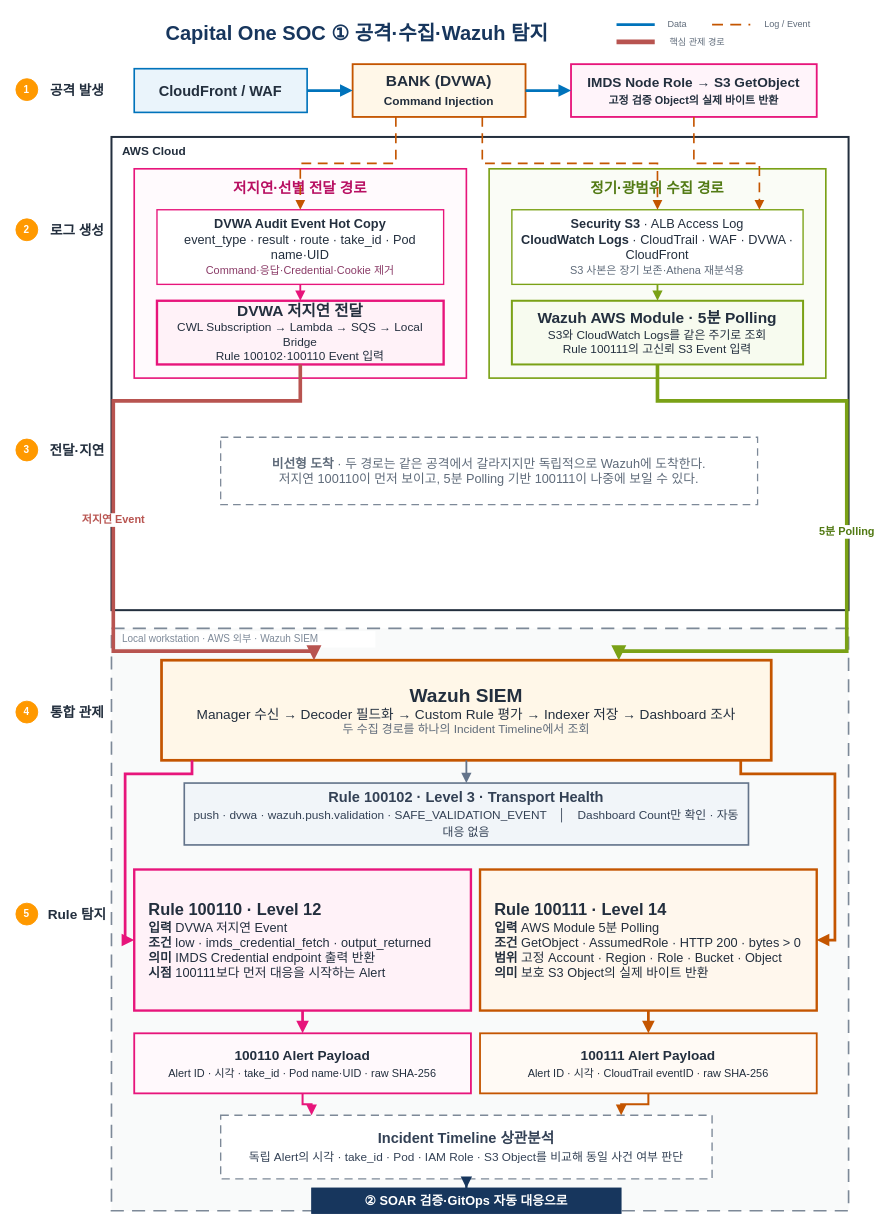
Above: page "1_탐지 경로" (1 of 4) of 20_팀 프로젝트/3차 프로젝트/노션_내보낸거/관제 올인원.drawio in Unoh03/Obsi3 (draw.io), before the change. Source tidied: cells renumbered, new cells numbered last; positions are measured from the earlier drawing's top-left corner, leaving out a move shared by most shapes. Both pictures are drawn from the tidied source at 91%, with x=0, y=0 at pixel (15, 15).
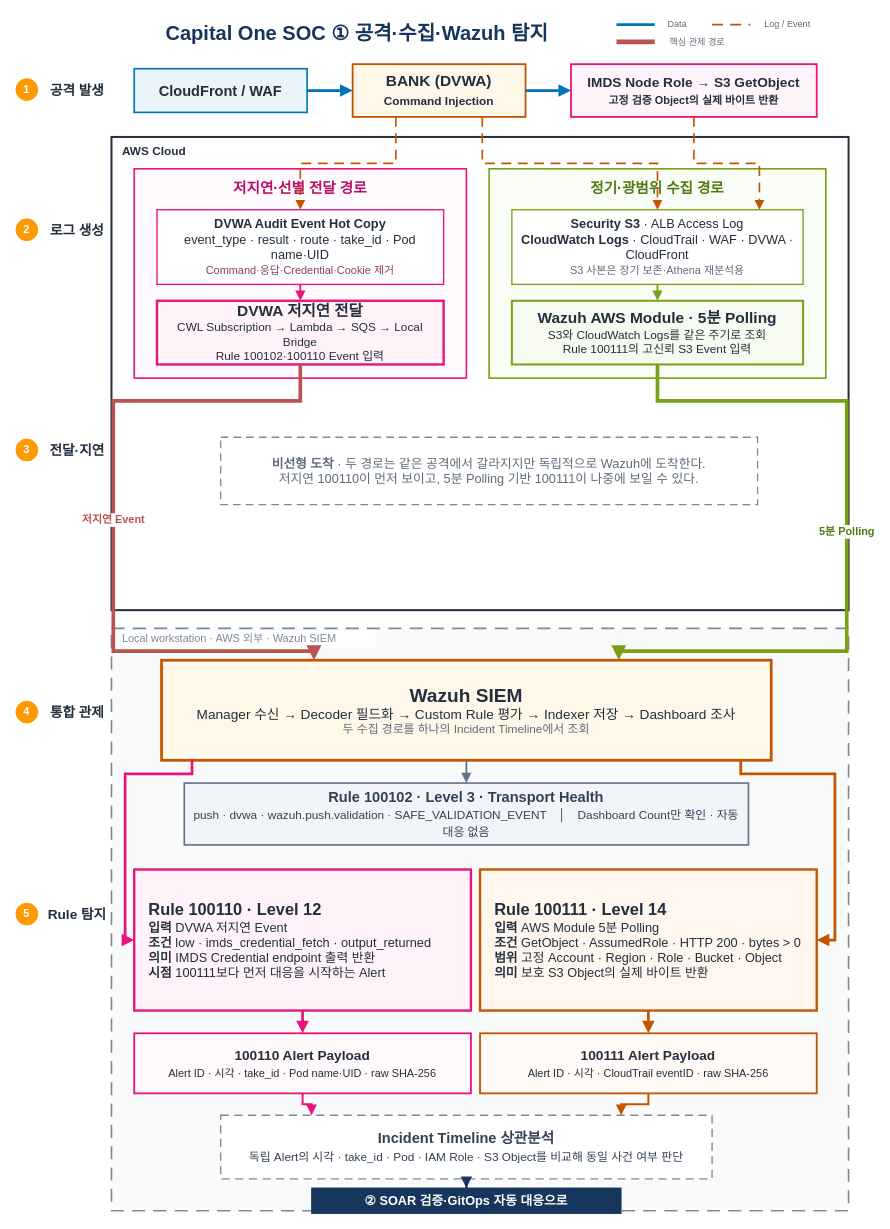
After the change.

The edit, as a diff of the source:
```diff
@@
-    <mxCell id="9" value="1" style="ellipse;whiteSpace=wrap;html=1;fillColor=#FF9900;strokeColor=#FF9900;fontColor=#FFFFFF;fontSize=11;fontStyle=1;align=center;verticalAlign=middle;" parent="1" vertex="1">
+    <mxCell id="9" value="1" style="ellipse;whiteSpace=wrap;html=1;fillColor=#FF9900;strokeColor=#FF9900;fontColor=#FFFFFF;fontSize=12;fontStyle=1;align=center;verticalAlign=middle;" parent="1" vertex="1">
       <mxGeometry y="69" width="24" height="24" as="geometry" />
     </mxCell>
@@
-    <mxCell id="16" value="2" style="ellipse;whiteSpace=wrap;html=1;fillColor=#FF9900;strokeColor=#FF9900;fontColor=#FFFFFF;fontSize=11;fontStyle=1;align=center;verticalAlign=middle;" parent="1" vertex="1">
+    <mxCell id="16" value="2" style="ellipse;whiteSpace=wrap;html=1;fillColor=#FF9900;strokeColor=#FF9900;fontColor=#FFFFFF;fontSize=12;fontStyle=1;align=center;verticalAlign=middle;" parent="1" vertex="1">
       <mxGeometry y="223" width="24" height="24" as="geometry" />
     </mxCell>
@@
-    <mxCell id="26" value="3" style="ellipse;whiteSpace=wrap;html=1;fillColor=#FF9900;strokeColor=#FF9900;fontColor=#FFFFFF;fontSize=11;fontStyle=1;align=center;verticalAlign=middle;" parent="1" vertex="1">
+    <mxCell id="26" value="3" style="ellipse;whiteSpace=wrap;html=1;fillColor=#FF9900;strokeColor=#FF9900;fontColor=#FFFFFF;fontSize=12;fontStyle=1;align=center;verticalAlign=middle;" parent="1" vertex="1">
       <mxGeometry y="465" width="24" height="24" as="geometry" />
     </mxCell>
@@
-    <mxCell id="30" value="Local workstation · AWS 외부 · Wazuh SIEM" style="html=1;whiteSpace=wrap;strokeColor=none;fillColor=#FFFFFF;align=left;verticalAlign=middle;fontColor=#7D8998;fontSize=11;" parent="1" vertex="1">
+    <mxCell id="30" value="Local workstation · AWS 외부 · Wazuh SIEM" style="html=1;whiteSpace=wrap;strokeColor=none;fillColor=#FFFFFF;align=left;verticalAlign=middle;fontColor=#7D8998;fontSize=12;" parent="1" vertex="1">
       <mxGeometry x="115" y="676" width="280" height="18" as="geometry" />
     </mxCell>
-    <mxCell id="31" value="4" style="ellipse;whiteSpace=wrap;html=1;fillColor=#FF9900;strokeColor=#FF9900;fontColor=#FFFFFF;fontSize=11;fontStyle=1;align=center;verticalAlign=middle;" parent="1" vertex="1">
+    <mxCell id="31" value="4" style="ellipse;whiteSpace=wrap;html=1;fillColor=#FF9900;strokeColor=#FF9900;fontColor=#FFFFFF;fontSize=12;fontStyle=1;align=center;verticalAlign=middle;" parent="1" vertex="1">
       <mxGeometry y="753" width="24" height="24" as="geometry" />
     </mxCell>
@@
-    <mxCell id="35" value="5" style="ellipse;whiteSpace=wrap;html=1;fillColor=#FF9900;strokeColor=#FF9900;fontColor=#FFFFFF;fontSize=11;fontStyle=1;align=center;verticalAlign=middle;" parent="1" vertex="1">
+    <mxCell id="35" value="5" style="ellipse;whiteSpace=wrap;html=1;fillColor=#FF9900;strokeColor=#FF9900;fontColor=#FFFFFF;fontSize=12;fontStyle=1;align=center;verticalAlign=middle;" parent="1" vertex="1">
       <mxGeometry y="975" width="24" height="24" as="geometry" />
     </mxCell>
```
